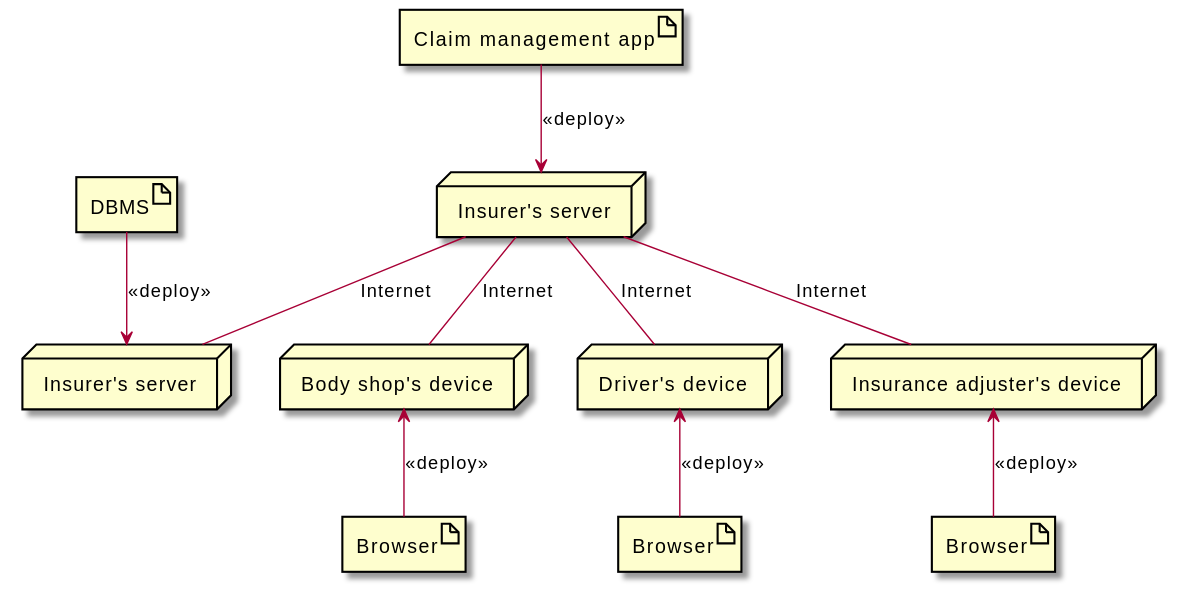
The PlantUML diagram car_damage_repair/models/deployment.svg in franco-ruggeri/polito-information-systems, before a commit.
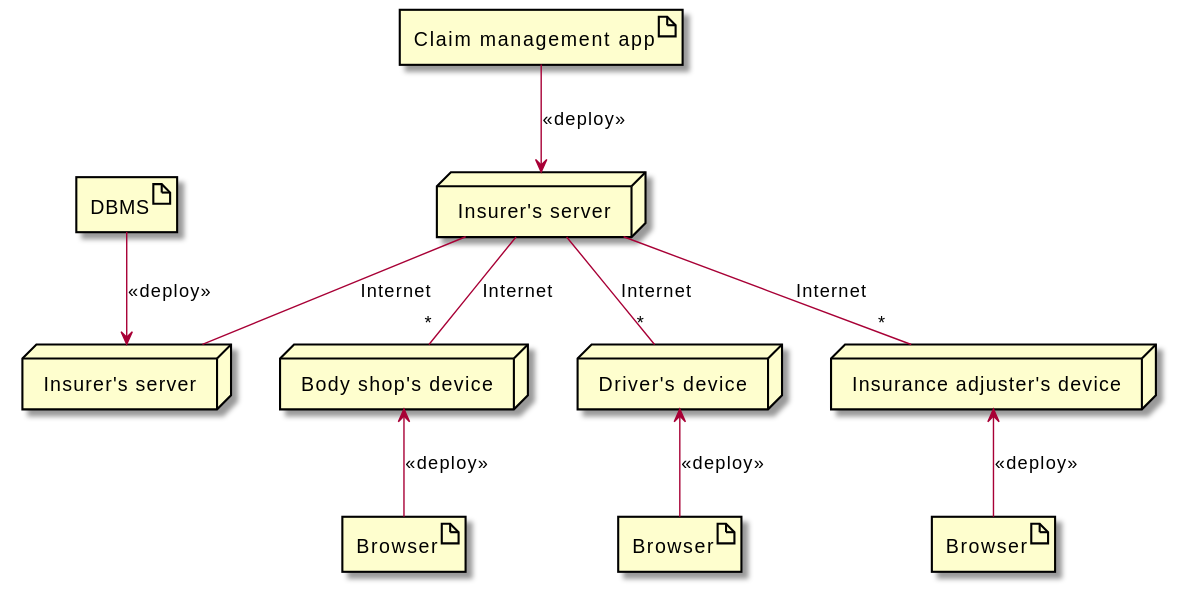
Later version of the same file.

What changed in the source:
```diff
@@ -12,9 +12,9 @@
 artifact Browser as Browser3
 
 Server1 -- Server2 : Internet
-Server1 -- BSDevice : Internet
-Server1 -- DDevice : Internet
-Server1 -- IADevice : Internet
+Server1 -- "*" BSDevice : Internet
+Server1 -- "*" DDevice : Internet
+Server1 -- "*" IADevice : Internet
 
 ClaimManagementApp --> Server1 : <<deploy>>
 DBMS --> Server2 : <<deploy>>
```
